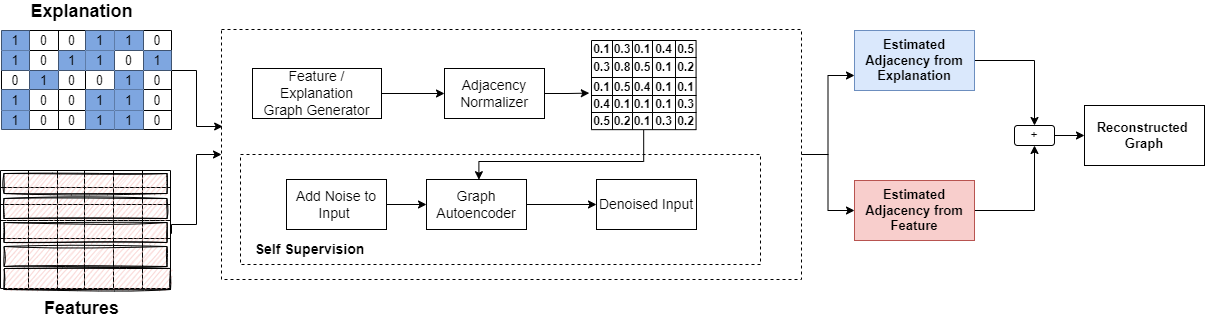
Before: images/GSEF.png, a diagram exported from draw.io (iyempissy/graph-stealing-attacks-with-explanation). Source tidied: cells renumbered, new cells last; positions are measured from the earlier drawing's top-left corner, leaving out a move shared by most shapes.
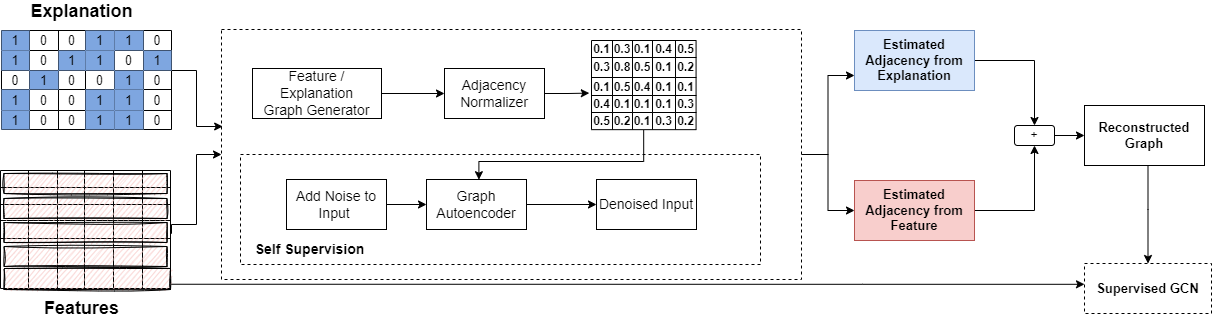
After the change.

Change to the diagram source:
```diff
@@ -77,6 +77,13 @@
     <mxCell id="23" value="+" style="rounded=1;whiteSpace=wrap;html=1;strokeWidth=1;" parent="1" vertex="1">
       <mxGeometry x="1014" y="124" width="40" height="20" as="geometry" />
     </mxCell>
+    <mxCell id="136" style="edgeStyle=orthogonalEdgeStyle;rounded=0;jettySize=auto;html=1;entryX=0.5;entryY=0;entryDx=0;entryDy=0;" parent="1" edge="1" source="24" target="138">
+      <mxGeometry relative="1" as="geometry">
+        <Array as="points">
+          <mxPoint x="1148" y="208" />
+        </Array>
+      </mxGeometry>
+    </mxCell>
     <mxCell id="24" value="&lt;b&gt;&lt;font style=&quot;font-size: 13px&quot;&gt;Reconstructed &lt;br&gt;Graph&lt;/font&gt;&lt;/b&gt;" style="rounded=0;whiteSpace=wrap;html=1;strokeWidth=1;" parent="1" vertex="1">
       <mxGeometry x="1084" y="104" width="120" height="60" as="geometry" />
     </mxCell>
@@ -417,8 +424,19 @@
     <mxCell id="134" style="rounded=0;whiteSpace=wrap;html=1;shadow=0;labelBackgroundColor=#F8CECC;sketch=1;fontSize=20;fontColor=#FFFFFF;strokeColor=#000000;strokeWidth=1;fillColor=#F8CECC;gradientColor=none;glass=0;fillStyle=auto;" parent="1" vertex="1">
       <mxGeometry x="3.5" y="172" width="163" height="20" as="geometry" />
     </mxCell>
+    <mxCell id="137" style="edgeStyle=orthogonalEdgeStyle;rounded=0;jettySize=auto;html=1;exitX=1;exitY=0.75;exitDx=0;exitDy=0;" parent="1" edge="1" source="135" target="138">
+      <mxGeometry relative="1" as="geometry">
+        <Array as="points">
+          <mxPoint x="862" y="283" />
+          <mxPoint x="862" y="283" />
+        </Array>
+      </mxGeometry>
+    </mxCell>
     <mxCell id="135" style="rounded=0;whiteSpace=wrap;html=1;shadow=0;labelBackgroundColor=#F8CECC;sketch=1;fontSize=20;fontColor=#FFFFFF;strokeColor=#000000;strokeWidth=1;fillColor=#F8CECC;gradientColor=none;" parent="1" vertex="1">
       <mxGeometry x="3.5" y="267" width="166.5" height="21" as="geometry" />
     </mxCell>
+    <mxCell id="138" value="&lt;b&gt;&lt;font style=&quot;font-size: 13px;&quot;&gt;Supervised GCN&lt;/font&gt;&lt;/b&gt;" style="rounded=0;whiteSpace=wrap;html=1;dashed=1;" parent="1" vertex="1">
+      <mxGeometry x="1084" y="262" width="127" height="50" as="geometry" />
+    </mxCell>
   </root>
 </mxGraphModel>
```
